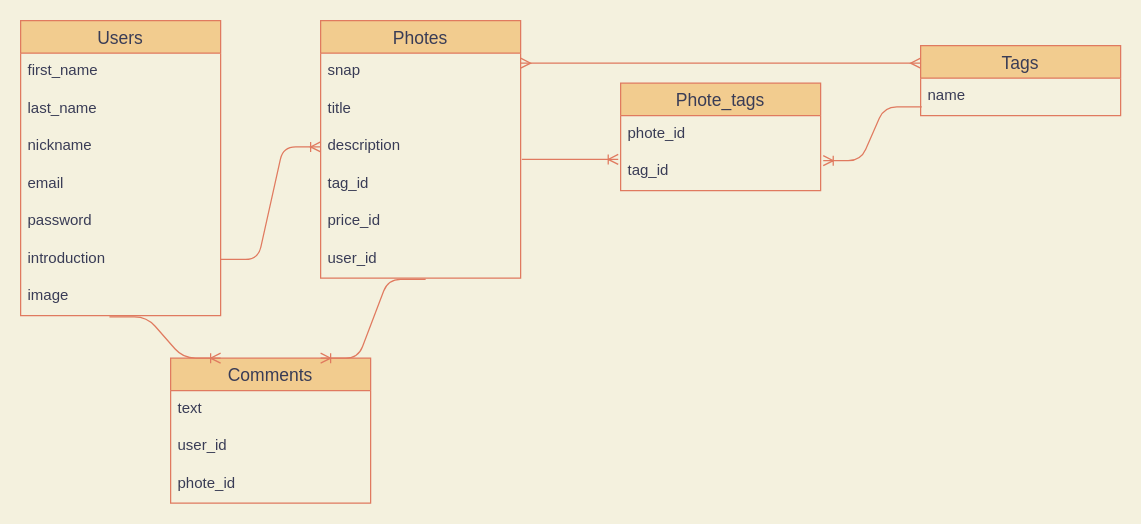
Earlier version of the draw.io diagram ER.dio (nakachan-ing/FashionTweet). Source tidied: cells renumbered, new cells numbered last; positions are measured from the earlier drawing's top-left corner, leaving out a move shared by most shapes. Both pictures are drawn from the tidied source at 125%, with x=0, y=0 at pixel (20, 20).
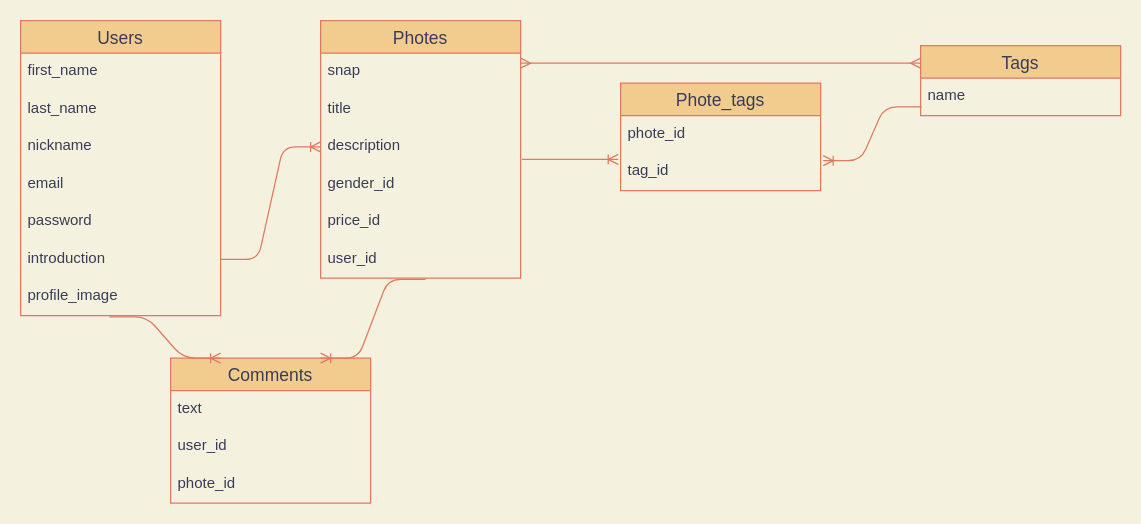
The same page after the edit.

Unchanged cells that the change refers to:
```xml
<mxCell id="2" value="Users" style="swimlane;fontStyle=0;horizontal=1;startSize=26;align=center;fontSize=14;fillColor=#F2CC8F;strokeColor=#E07A5F;fontColor=#393C56;" parent="1" vertex="1">
  <mxGeometry width="160" height="236" as="geometry" />
</mxCell>
<mxCell id="10" value="Photes" style="swimlane;fontStyle=0;horizontal=1;startSize=26;align=center;fontSize=14;fillColor=#F2CC8F;strokeColor=#E07A5F;fontColor=#393C56;" parent="1" vertex="1">
  <mxGeometry x="240" width="160" height="206" as="geometry" />
</mxCell>
```

The edit, as a diff of the source:
```diff
@@
-    <mxCell id="9" value="image" style="text;strokeColor=none;fillColor=none;spacingLeft=4;spacingRight=4;overflow=hidden;points=[[0,0.5],[1,0.5]];portConstraint=eastwest;fontSize=12;fontColor=#393C56;" parent="2" vertex="1">
+    <mxCell id="9" value="profile_image" style="text;strokeColor=none;fillColor=none;spacingLeft=4;spacingRight=4;overflow=hidden;points=[[0,0.5],[1,0.5]];portConstraint=eastwest;fontSize=12;fontColor=#393C56;" parent="2" vertex="1">
       <mxGeometry y="206" width="160" height="30" as="geometry" />
     </mxCell>
@@
-    <mxCell id="14" value="tag_id" style="text;strokeColor=none;fillColor=none;spacingLeft=4;spacingRight=4;overflow=hidden;points=[[0,0.5],[1,0.5]];portConstraint=eastwest;fontSize=12;fontColor=#393C56;" parent="10" vertex="1">
+    <mxCell id="14" value="gender_id" style="text;strokeColor=none;fillColor=none;spacingLeft=4;spacingRight=4;overflow=hidden;points=[[0,0.5],[1,0.5]];portConstraint=eastwest;fontSize=12;fontColor=#393C56;" parent="10" vertex="1">
       <mxGeometry y="116" width="160" height="30" as="geometry" />
     </mxCell>
```
